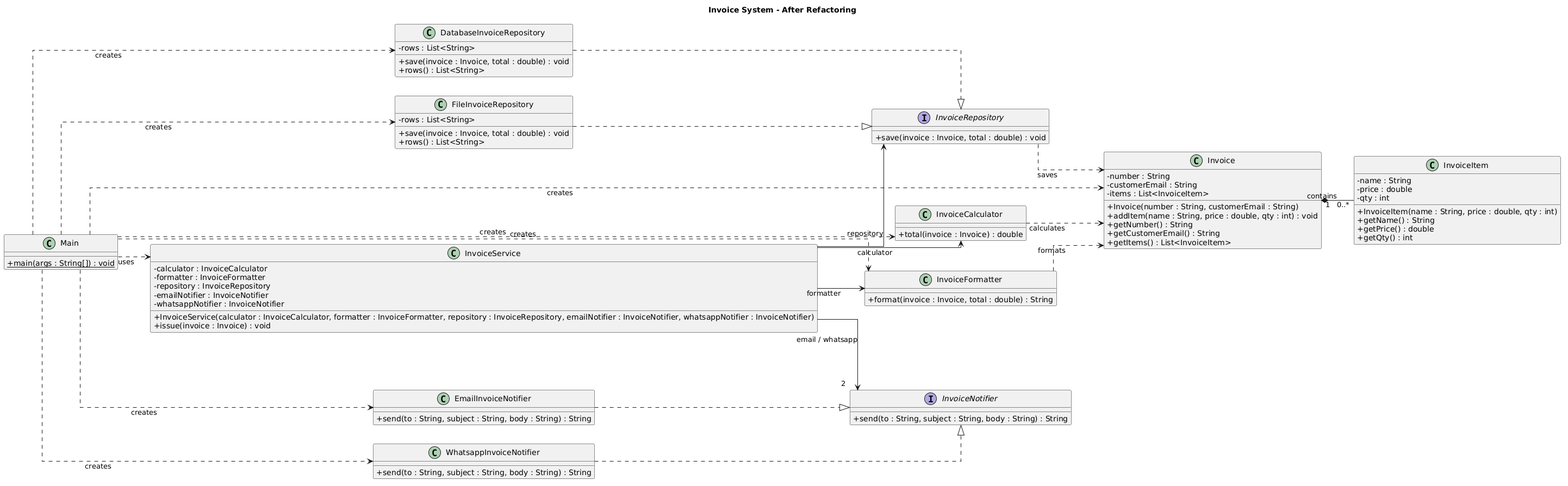
Before: docs/uml-after.png, a diagram exported from PlantUML (farahAlHawari/se3-lab01-invoice-team1722196980). Source of this version:
```plantuml
@startuml
title Invoice System - After Refactoring

skinparam classAttributeIconSize 0
skinparam shadowing false
skinparam linetype ortho

left to right direction

class Main {
    + {static} main(args : String[]) : void
}

class Invoice {
    - number : String
    - customerEmail : String
    - items : List<InvoiceItem>

    + Invoice(number : String, customerEmail : String)
    + addItem(name : String, price : double, qty : int) : void
    + getNumber() : String
    + getCustomerEmail() : String
    + getItems() : List<InvoiceItem>
}

class InvoiceItem {
    - name : String
    - price : double
    - qty : int

    + InvoiceItem(name : String, price : double, qty : int)
    + getName() : String
    + getPrice() : double
    + getQty() : int
}

class InvoiceCalculator {
    + total(invoice : Invoice) : double
}

class InvoiceFormatter {
    + format(invoice : Invoice, total : double) : String
}

interface InvoiceRepository {
    + save(invoice : Invoice, total : double) : void
}

class DatabaseInvoiceRepository {
    - rows : List<String>

    + save(invoice : Invoice, total : double) : void
    + rows() : List<String>
}

class FileInvoiceRepository {
    - rows : List<String>

    + save(invoice : Invoice, total : double) : void
    + rows() : List<String>
}

interface InvoiceNotifier {
    + send(to : String, subject : String, body : String) : String
}

class EmailInvoiceNotifier {
    + send(to : String, subject : String, body : String) : String
}

class WhatsappInvoiceNotifier {
    + send(to : String, subject : String, body : String) : String
}

class InvoiceService {
    - calculator : InvoiceCalculator
    - formatter : InvoiceFormatter
    - repository : InvoiceRepository
    - emailNotifier : InvoiceNotifier
    - whatsappNotifier : InvoiceNotifier

    + InvoiceService(calculator : InvoiceCalculator, formatter : InvoiceFormatter, repository : InvoiceRepository, emailNotifier : InvoiceNotifier, whatsappNotifier : InvoiceNotifier)
    + issue(invoice : Invoice) : void
}

Invoice "1" *-- "0..*" InvoiceItem : contains

DatabaseInvoiceRepository ..|> InvoiceRepository
FileInvoiceRepository ..|> InvoiceRepository

EmailInvoiceNotifier ..|> InvoiceNotifier
WhatsappInvoiceNotifier ..|> InvoiceNotifier

InvoiceService --> InvoiceCalculator : calculator
InvoiceService --> InvoiceFormatter : formatter
InvoiceService --> InvoiceRepository : repository
InvoiceService --> "2" InvoiceNotifier : email / whatsapp

InvoiceCalculator ..> Invoice : calculates
InvoiceFormatter ..> Invoice : formats
InvoiceRepository ..> Invoice : saves

Main ..> Invoice : creates
Main ..> InvoiceService : uses
Main ..> InvoiceCalculator : creates
Main ..> InvoiceFormatter : creates
Main ..> DatabaseInvoiceRepository : creates
Main ..> FileInvoiceRepository : creates
Main ..> EmailInvoiceNotifier : creates
Main ..> WhatsappInvoiceNotifier : creates
@enduml
```
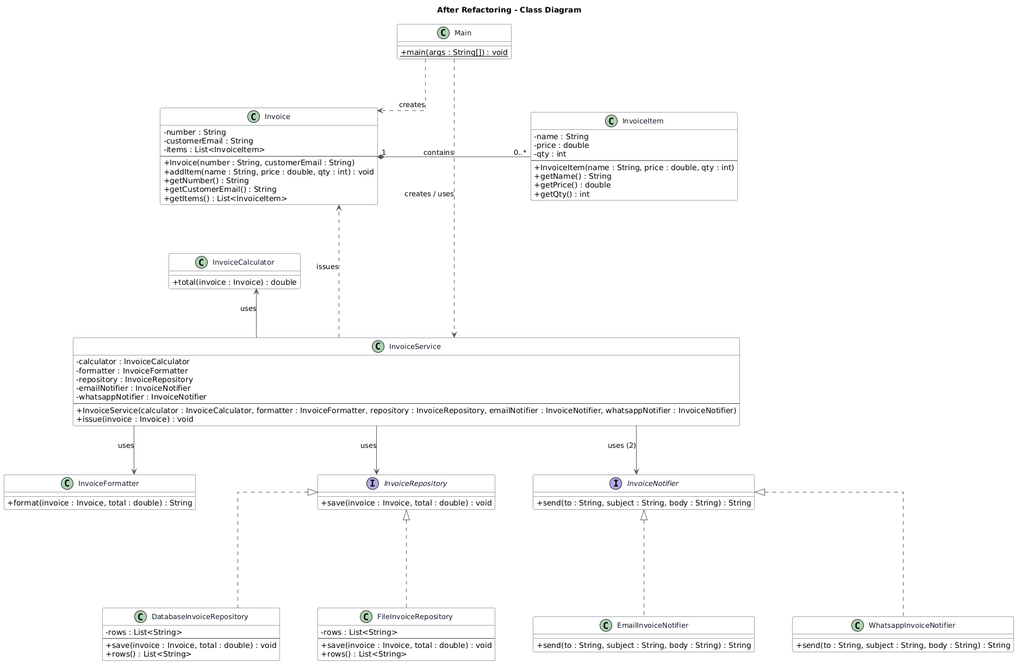
Later version of the same file.

Change to the diagram source:
```diff
@@ -1,21 +1,34 @@
 @startuml
-title Invoice System - After Refactoring
+title After Refactoring - Class Diagram
 
+skinparam backgroundColor white
+skinparam shadowing false
 skinparam classAttributeIconSize 0
-skinparam shadowing false
 skinparam linetype ortho
+skinparam nodesep 70
+skinparam ranksep 90
+skinparam ArrowColor #555555
 
-left to right direction
+skinparam class {
+    BackgroundColor #FFFFFF
+    BorderColor #344054
+    FontColor #101828
+    FontSize 13
+}
 
-class Main {
-    + {static} main(args : String[]) : void
+skinparam interface {
+    BackgroundColor #EEF4FF
+    BorderColor #344054
 }
+
+top to bottom direction
+
 
 class Invoice {
     - number : String
     - customerEmail : String
     - items : List<InvoiceItem>
-
+    --
     + Invoice(number : String, customerEmail : String)
     + addItem(name : String, price : double, qty : int) : void
     + getNumber() : String
@@ -27,12 +40,16 @@
     - name : String
     - price : double
     - qty : int
-
+    --
     + InvoiceItem(name : String, price : double, qty : int)
     + getName() : String
     + getPrice() : double
     + getQty() : int
 }
+
+Invoice "1" *-right- "0..*" InvoiceItem : contains
+
+
 
 class InvoiceCalculator {
     + total(invoice : Invoice) : double
@@ -42,23 +59,34 @@
     + format(invoice : Invoice, total : double) : String
 }
 
+InvoiceCalculator -[hidden]right- InvoiceFormatter
+
+
+
 interface InvoiceRepository {
     + save(invoice : Invoice, total : double) : void
 }
 
 class DatabaseInvoiceRepository {
     - rows : List<String>
-
+    --
     + save(invoice : Invoice, total : double) : void
     + rows() : List<String>
 }
 
 class FileInvoiceRepository {
     - rows : List<String>
-
+    --
     + save(invoice : Invoice, total : double) : void
     + rows() : List<String>
 }
+
+DatabaseInvoiceRepository ..up.|> InvoiceRepository
+FileInvoiceRepository ..up.|> InvoiceRepository
+
+DatabaseInvoiceRepository -[hidden]right- FileInvoiceRepository
+
+
 
 interface InvoiceNotifier {
     + send(to : String, subject : String, body : String) : String
@@ -72,40 +100,51 @@
     + send(to : String, subject : String, body : String) : String
 }
 
+EmailInvoiceNotifier ..up.|> InvoiceNotifier
+WhatsappInvoiceNotifier ..up.|> InvoiceNotifier
+
+EmailInvoiceNotifier -[hidden]right- WhatsappInvoiceNotifier
+
+
+
 class InvoiceService {
     - calculator : InvoiceCalculator
     - formatter : InvoiceFormatter
     - repository : InvoiceRepository
     - emailNotifier : InvoiceNotifier
     - whatsappNotifier : InvoiceNotifier
-
+    --
     + InvoiceService(calculator : InvoiceCalculator, formatter : InvoiceFormatter, repository : InvoiceRepository, emailNotifier : InvoiceNotifier, whatsappNotifier : InvoiceNotifier)
     + issue(invoice : Invoice) : void
 }
 
-Invoice "1" *-- "0..*" InvoiceItem : contains
 
-DatabaseInvoiceRepository ..|> InvoiceRepository
-FileInvoiceRepository ..|> InvoiceRepository
 
-EmailInvoiceNotifier ..|> InvoiceNotifier
-WhatsappInvoiceNotifier ..|> InvoiceNotifier
+class Main {
+    + {static} main(args : String[]) : void
+}
 
-InvoiceService --> InvoiceCalculator : calculator
-InvoiceService --> InvoiceFormatter : formatter
-InvoiceService --> InvoiceRepository : repository
-InvoiceService --> "2" InvoiceNotifier : email / whatsapp
 
-InvoiceCalculator ..> Invoice : calculates
-InvoiceFormatter ..> Invoice : formats
-InvoiceRepository ..> Invoice : saves
 
+InvoiceService --> InvoiceCalculator : uses
+InvoiceService --> InvoiceFormatter : uses
+InvoiceService --> InvoiceRepository : uses
+InvoiceService --> InvoiceNotifier : uses (2)
+
+InvoiceService ..> Invoice : issues
+
+Main ..> InvoiceService : creates / uses
 Main ..> Invoice : creates
-Main ..> InvoiceService : uses
-Main ..> InvoiceCalculator : creates
-Main ..> InvoiceFormatter : creates
-Main ..> DatabaseInvoiceRepository : creates
-Main ..> FileInvoiceRepository : creates
-Main ..> EmailInvoiceNotifier : creates
-Main ..> WhatsappInvoiceNotifier : creates
+
+
+
+Invoice -[hidden]down- InvoiceCalculator
+
+InvoiceCalculator -[hidden]down- InvoiceService
+
+InvoiceService -[hidden]down- InvoiceRepository
+
+InvoiceRepository -[hidden]right- InvoiceNotifier
+
+InvoiceService -[hidden]left- Main
 @enduml
```
